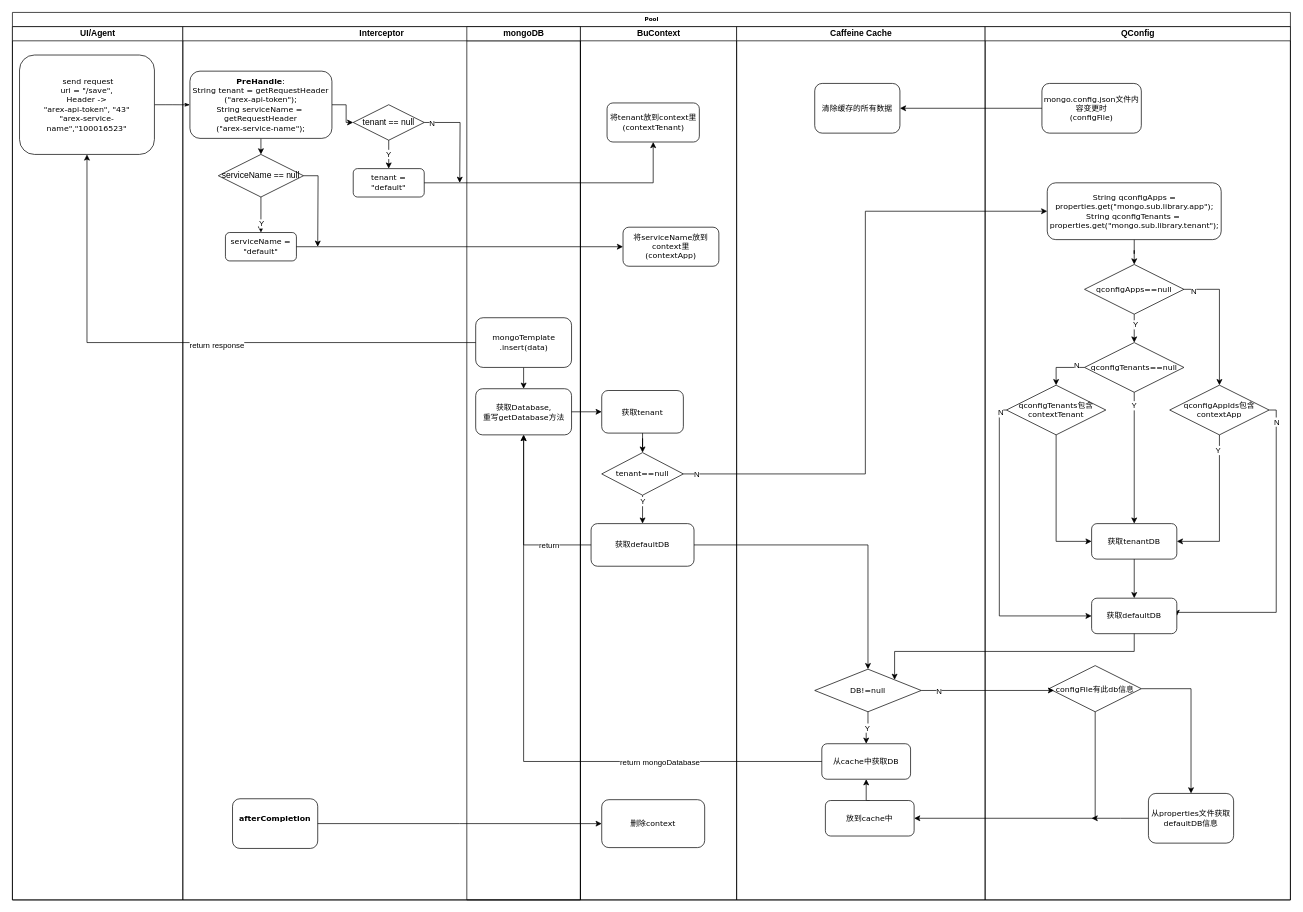
The draw.io diagram 未命名绘图.drawio in pangdayuan1/arex-storage, before the edit. Source tidied: cells renumbered, new cells numbered last; positions are measured from the earlier drawing's top-left corner, leaving out a move shared by most shapes. Both pictures are drawn from the tidied source at 71%, with x=0, y=0 at pixel (12, 12).
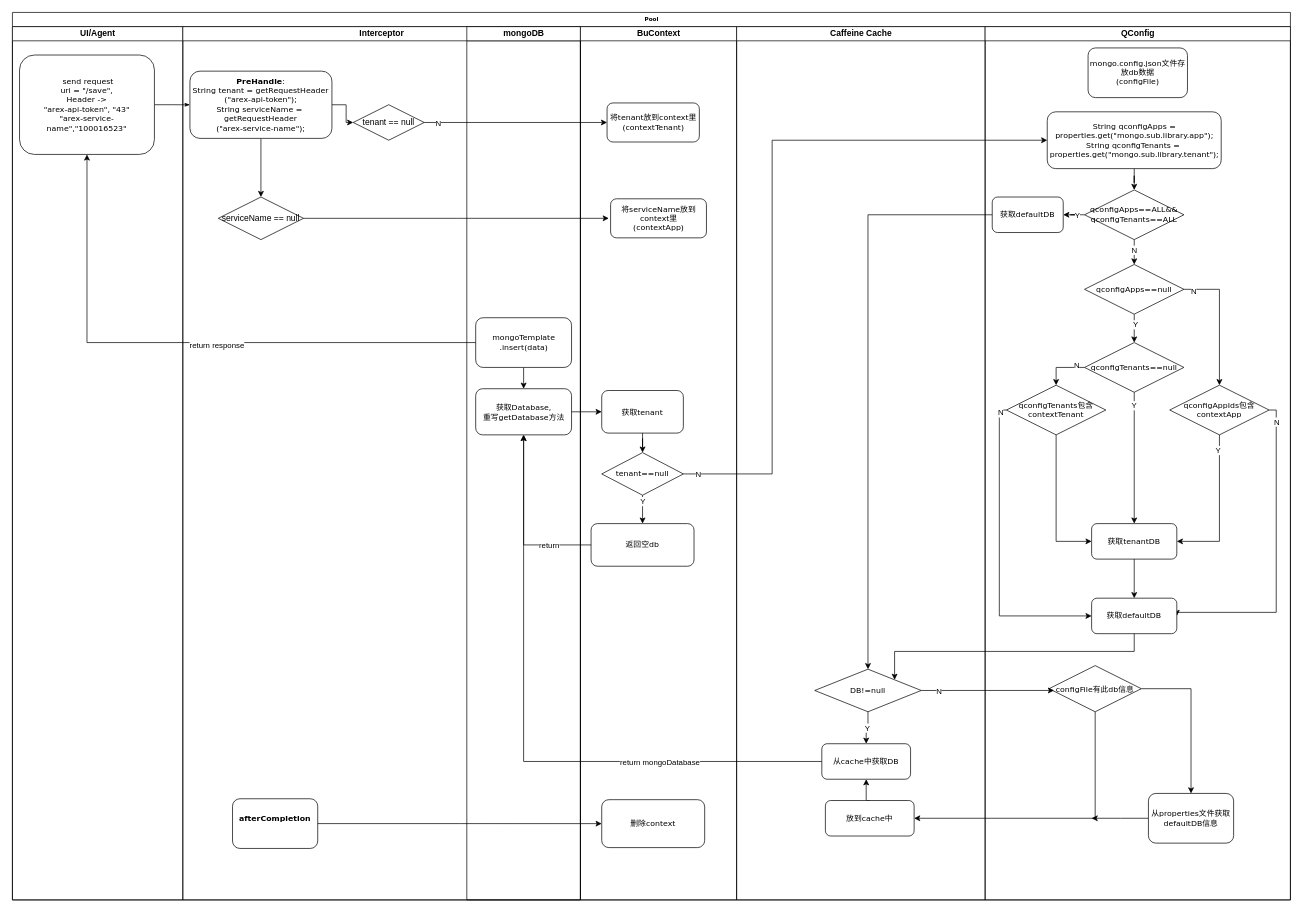
The same diagram, later.

Commit message:
更新未命名绘图.drawio

The change refers to these unchanged cells:
```xml
<mxCell id="2" value="Pool" style="swimlane;html=1;startSize=20;rounded=0;shadow=0;labelBackgroundColor=none;strokeWidth=1;fontFamily=Verdana;fontSize=8;align=center;" parent="1" vertex="1">
  <mxGeometry width="1800" height="1250" as="geometry" />
</mxCell>
<mxCell id="6" value="Interceptor" style="swimlane;html=1;startSize=20;" parent="2" vertex="1">
  <mxGeometry x="240" y="20" width="560" height="1230" as="geometry" />
</mxCell>
<mxCell id="14" value="tenant == null" style="rhombus;whiteSpace=wrap;html=1;" parent="6" vertex="1">
  <mxGeometry x="240" y="110" width="100" height="50" as="geometry" />
</mxCell>
<mxCell id="24" value="BuContext" style="swimlane;html=1;startSize=20;" parent="2" vertex="1">
  <mxGeometry x="800" y="20" width="220" height="1230" as="geometry" />
</mxCell>
<mxCell id="27" value="&lt;font style=&quot;font-size: 11px;&quot;&gt;将tenant放到context里&lt;/font&gt;&lt;div&gt;&lt;span style=&quot;font-size: 11px;&quot;&gt;(contextTenant)&lt;/span&gt;&lt;/div&gt;" style="rounded=1;whiteSpace=wrap;html=1;shadow=0;labelBackgroundColor=none;strokeWidth=1;fontFamily=Verdana;fontSize=8;align=center;" parent="24" vertex="1">
  <mxGeometry x="37.5" y="107.5" width="130" height="55" as="geometry" />
</mxCell>
<mxCell id="32" value="&lt;font style=&quot;font-size: 11px;&quot;&gt;tenant==null&lt;/font&gt;" style="rhombus;whiteSpace=wrap;html=1;rounded=0;shadow=0;labelBackgroundColor=none;strokeWidth=1;fontFamily=Verdana;fontSize=8;align=center;" parent="24" vertex="1">
  <mxGeometry x="30" y="600" width="115" height="60" as="geometry" />
</mxCell>
<mxCell id="34" value="Caffeine Cache" style="swimlane;html=1;startSize=20;" parent="2" vertex="1">
  <mxGeometry x="1020" y="20" width="350" height="1230" as="geometry" />
</mxCell>
<mxCell id="42" value="&lt;span style=&quot;font-size: 11px;&quot;&gt;DB!=null&lt;/span&gt;" style="rhombus;whiteSpace=wrap;html=1;rounded=0;shadow=0;labelBackgroundColor=none;strokeWidth=1;fontFamily=Verdana;fontSize=8;align=center;" parent="34" vertex="1">
  <mxGeometry x="110" y="905" width="150" height="60" as="geometry" />
</mxCell>
<mxCell id="60" value="QConfig" style="swimlane;html=1;startSize=20;" parent="1" vertex="1">
  <mxGeometry x="1370" y="20" width="430" height="1230" as="geometry" />
</mxCell>
<mxCell id="68" value="&lt;font style=&quot;font-size: 11px;&quot;&gt;qconfigApps==null&lt;/font&gt;" style="rhombus;whiteSpace=wrap;html=1;rounded=0;shadow=0;labelBackgroundColor=none;strokeWidth=1;fontFamily=Verdana;fontSize=8;align=center;" parent="60" vertex="1">
  <mxGeometry x="140" y="335" width="140" height="70" as="geometry" />
</mxCell>
```

What changed in the source:
```diff
@@
-    <mxCell id="11" style="edgeStyle=orthogonalEdgeStyle;rounded=0;jettySize=auto;html=1;exitX=0.5;exitY=1;exitDx=0;exitDy=0;" parent="6" edge="1" source="13" target="17">
-      <mxGeometry relative="1" as="geometry" />
-    </mxCell>
-    <mxCell id="12" value="Y" style="edgeLabel;html=1;align=center;verticalAlign=middle;" parent="11" vertex="1">
-      <mxGeometry x="0.47" relative="1" as="geometry" />
-    </mxCell>
     <mxCell id="13" value="serviceName == null" style="rhombus;whiteSpace=wrap;html=1;" parent="6" vertex="1">
-      <mxGeometry x="50" y="180" width="120" height="60" as="geometry" />
+      <mxGeometry x="50" y="240" width="120" height="60" as="geometry" />
     </mxCell>
@@
-    <mxCell id="15" value="&lt;font style=&quot;font-size: 11px;&quot;&gt;tenant = &quot;default&quot;&lt;/font&gt;" style="rounded=1;whiteSpace=wrap;html=1;shadow=0;labelBackgroundColor=none;strokeWidth=1;fontFamily=Verdana;fontSize=8;align=center;" parent="6" vertex="1">
-      <mxGeometry x="240" y="200" width="100" height="40" as="geometry" />
-    </mxCell>
-    <mxCell id="16" value="Y" style="edgeStyle=orthogonalEdgeStyle;rounded=0;jettySize=auto;html=1;" parent="6" edge="1" source="14" target="15">
-      <mxGeometry relative="1" as="geometry" />
-    </mxCell>
-    <mxCell id="17" value="&lt;font style=&quot;font-size: 11px;&quot;&gt;serviceName = &quot;default&quot;&lt;/font&gt;" style="rounded=1;whiteSpace=wrap;html=1;shadow=0;labelBackgroundColor=none;strokeWidth=1;fontFamily=Verdana;fontSize=8;align=center;" parent="6" vertex="1">
-      <mxGeometry x="60" y="290" width="100" height="40" as="geometry" />
-    </mxCell>
@@
-    <mxCell id="22" style="edgeStyle=orthogonalEdgeStyle;rounded=0;jettySize=auto;html=1;exitX=1;exitY=0.5;exitDx=0;exitDy=0;" parent="6" edge="1" source="14">
-      <mxGeometry relative="1" as="geometry">
-        <mxPoint x="390" y="220" as="targetPoint" />
-      </mxGeometry>
-    </mxCell>
-    <mxCell id="23" value="N" style="edgeLabel;html=1;align=center;verticalAlign=middle;" parent="22" vertex="1">
-      <mxGeometry x="-0.85" relative="1" as="geometry" />
-    </mxCell>
@@
     <mxCell id="29" value="&lt;font style=&quot;font-size: 11px;&quot;&gt;将serviceName放到context里&lt;br&gt;(contextApp)&lt;/font&gt;" style="rounded=1;whiteSpace=wrap;html=1;shadow=0;labelBackgroundColor=none;strokeWidth=1;fontFamily=Verdana;fontSize=8;align=center;" parent="24" vertex="1">
-      <mxGeometry x="60" y="282.5" width="135" height="55" as="geometry" />
+      <mxGeometry x="42.5" y="242.5" width="135" height="55" as="geometry" />
     </mxCell>
@@
-    <mxCell id="33" value="&lt;span style=&quot;font-size: 11px;&quot;&gt;获取defaultDB&lt;/span&gt;" style="rounded=1;whiteSpace=wrap;html=1;shadow=0;labelBackgroundColor=none;strokeWidth=1;fontFamily=Verdana;fontSize=8;align=center;" parent="24" vertex="1">
+    <mxCell id="33" value="&lt;span style=&quot;font-size: 11px;&quot;&gt;返回空db&lt;/span&gt;" style="rounded=1;whiteSpace=wrap;html=1;shadow=0;labelBackgroundColor=none;strokeWidth=1;fontFamily=Verdana;fontSize=8;align=center;" parent="24" vertex="1">
       <mxGeometry x="15" y="700" width="145" height="60" as="geometry" />
     </mxCell>
@@
-    <mxCell id="35" value="&lt;span style=&quot;font-size: 11px;&quot;&gt;清除缓存的所有数据&lt;/span&gt;" style="rounded=1;whiteSpace=wrap;html=1;shadow=0;labelBackgroundColor=none;strokeWidth=1;fontFamily=Verdana;fontSize=8;align=center;" parent="34" vertex="1">
-      <mxGeometry x="110" y="80" width="120" height="70" as="geometry" />
-    </mxCell>
@@
-    <mxCell id="49" style="edgeStyle=orthogonalEdgeStyle;rounded=0;jettySize=auto;html=1;entryX=0.5;entryY=1;entryDx=0;entryDy=0;" parent="2" edge="1" source="15" target="27">
-      <mxGeometry relative="1" as="geometry" />
-    </mxCell>
     <mxCell id="50" style="edgeStyle=orthogonalEdgeStyle;rounded=0;jettySize=auto;html=1;exitX=1;exitY=0.5;exitDx=0;exitDy=0;" parent="2" edge="1" source="13">
       <mxGeometry relative="1" as="geometry">
-        <mxPoint x="430" y="330" as="targetPoint" />
+        <mxPoint x="840" y="290" as="targetPoint" />
       </mxGeometry>
     </mxCell>
-    <mxCell id="51" style="edgeStyle=orthogonalEdgeStyle;rounded=0;jettySize=auto;html=1;exitX=1;exitY=0.5;exitDx=0;exitDy=0;entryX=0;entryY=0.5;entryDx=0;entryDy=0;" parent="2" edge="1" source="17" target="29">
-      <mxGeometry relative="1" as="geometry" />
-    </mxCell>
@@
-    <mxCell id="53" style="edgeStyle=orthogonalEdgeStyle;rounded=0;jettySize=auto;html=1;exitX=1;exitY=0.5;exitDx=0;exitDy=0;entryX=0.5;entryY=0;entryDx=0;entryDy=0;" parent="2" edge="1" source="33" target="42">
-      <mxGeometry relative="1" as="geometry" />
-    </mxCell>
@@
+    <mxCell id="22" style="edgeStyle=orthogonalEdgeStyle;rounded=0;jettySize=auto;html=1;exitX=1;exitY=0.5;exitDx=0;exitDy=0;entryX=0;entryY=0.5;entryDx=0;entryDy=0;" parent="2" edge="1" source="14" target="27">
+      <mxGeometry relative="1" as="geometry" />
+    </mxCell>
+    <mxCell id="23" value="N" style="edgeLabel;html=1;align=center;verticalAlign=middle;" parent="22" vertex="1">
+      <mxGeometry x="-0.85" relative="1" as="geometry" />
+    </mxCell>
@@
-    <mxCell id="61" value="&lt;span style=&quot;font-size: 11px;&quot;&gt;mongo.config.json文件内容变更时&lt;br&gt;(configFile)&lt;/span&gt;" style="rounded=1;whiteSpace=wrap;html=1;shadow=0;labelBackgroundColor=none;strokeWidth=1;fontFamily=Verdana;fontSize=8;align=center;" parent="60" vertex="1">
-      <mxGeometry x="80" y="80" width="140" height="70" as="geometry" />
+    <mxCell id="61" value="&lt;span style=&quot;font-size: 11px;&quot;&gt;mongo.config.json文件存放db数据&lt;br&gt;(configFile)&lt;/span&gt;" style="rounded=1;whiteSpace=wrap;html=1;shadow=0;labelBackgroundColor=none;strokeWidth=1;fontFamily=Verdana;fontSize=8;align=center;" parent="60" vertex="1">
+      <mxGeometry x="145" y="30" width="140" height="70" as="geometry" />
     </mxCell>
-    <mxCell id="62" style="edgeStyle=orthogonalEdgeStyle;rounded=0;jettySize=auto;html=1;" parent="60" edge="1" source="63" target="68">
-      <mxGeometry relative="1" as="geometry" />
-    </mxCell>
+    <mxCell id="90" style="edgeStyle=orthogonalEdgeStyle;rounded=0;jettySize=auto;html=1;" parent="60" edge="1" source="63" target="94">
+      <mxGeometry relative="1" as="geometry" />
+    </mxCell>
     <mxCell id="63" value="&lt;span style=&quot;font-size: 11px;&quot;&gt;String qconfigApps = properties.get(&quot;mongo.sub.library.app&quot;);&lt;br&gt;String qconfigTenants =&amp;nbsp;&lt;br&gt;&lt;/span&gt;&lt;span style=&quot;font-size: 11px;&quot;&gt;properties.get(&quot;mongo.sub.library.tenant&quot;);&lt;/span&gt;&lt;span style=&quot;font-size: 11px;&quot;&gt;&lt;br&gt;&lt;/span&gt;" style="rounded=1;whiteSpace=wrap;html=1;shadow=0;labelBackgroundColor=none;strokeWidth=1;fontFamily=Verdana;fontSize=8;align=center;" parent="60" vertex="1">
-      <mxGeometry x="87.5" y="220" width="245" height="80" as="geometry" />
+      <mxGeometry x="87.5" y="120" width="245" height="80" as="geometry" />
     </mxCell>
@@
-    <mxCell id="86" style="edgeStyle=orthogonalEdgeStyle;rounded=0;jettySize=auto;html=1;entryX=1;entryY=0.5;entryDx=0;entryDy=0;" parent="1" edge="1" source="61" target="35">
-      <mxGeometry relative="1" as="geometry" />
-    </mxCell>
+    <mxCell id="91" style="edgeStyle=orthogonalEdgeStyle;rounded=0;jettySize=auto;html=1;" parent="60" edge="1" source="94" target="95">
+      <mxGeometry relative="1" as="geometry" />
+    </mxCell>
+    <mxCell id="12" value="Y" style="edgeLabel;html=1;align=center;verticalAlign=middle;" parent="91" vertex="1">
+      <mxGeometry x="0.24" relative="1" as="geometry" />
+    </mxCell>
+    <mxCell id="92" style="edgeStyle=orthogonalEdgeStyle;rounded=0;jettySize=auto;html=1;" parent="60" edge="1" source="94" target="68">
+      <mxGeometry relative="1" as="geometry" />
+    </mxCell>
+    <mxCell id="93" value="N" style="edgeLabel;html=1;align=center;verticalAlign=middle;" parent="92" vertex="1">
+      <mxGeometry x="-0.39" y="-1" relative="1" as="geometry" />
+    </mxCell>
+    <mxCell id="94" value="&lt;font style=&quot;font-size: 11px;&quot;&gt;qconfigApps==ALL&amp;amp;&amp;amp;&lt;br&gt;qconfigTenants==ALL&lt;/font&gt;" style="rhombus;whiteSpace=wrap;html=1;rounded=0;shadow=0;labelBackgroundColor=none;strokeWidth=1;fontFamily=Verdana;fontSize=8;align=center;" parent="60" vertex="1">
+      <mxGeometry x="140" y="230" width="140" height="70" as="geometry" />
+    </mxCell>
+    <mxCell id="95" value="&lt;font style=&quot;font-size: 11px;&quot;&gt;获取default&lt;/font&gt;&lt;span style=&quot;font-size: 11px; background-color: initial;&quot;&gt;DB&lt;/span&gt;" style="rounded=1;whiteSpace=wrap;html=1;shadow=0;labelBackgroundColor=none;strokeWidth=1;fontFamily=Verdana;fontSize=8;align=center;" parent="60" vertex="1">
+      <mxGeometry x="10" y="240" width="100" height="50" as="geometry" />
+    </mxCell>
     <mxCell id="87" style="edgeStyle=orthogonalEdgeStyle;rounded=0;jettySize=auto;html=1;exitX=1;exitY=0.5;exitDx=0;exitDy=0;entryX=0;entryY=0.5;entryDx=0;entryDy=0;" parent="1" edge="1" source="32" target="63">
-      <mxGeometry relative="1" as="geometry" />
+      <mxGeometry relative="1" as="geometry">
+        <Array as="points">
+          <mxPoint x="1070" y="650" />
+          <mxPoint x="1070" y="180" />
+        </Array>
+      </mxGeometry>
     </mxCell>
@@
+    <mxCell id="96" style="edgeStyle=orthogonalEdgeStyle;rounded=0;jettySize=auto;html=1;exitX=0;exitY=0.5;exitDx=0;exitDy=0;" parent="1" edge="1" source="95" target="42">
+      <mxGeometry relative="1" as="geometry" />
+    </mxCell>
```
